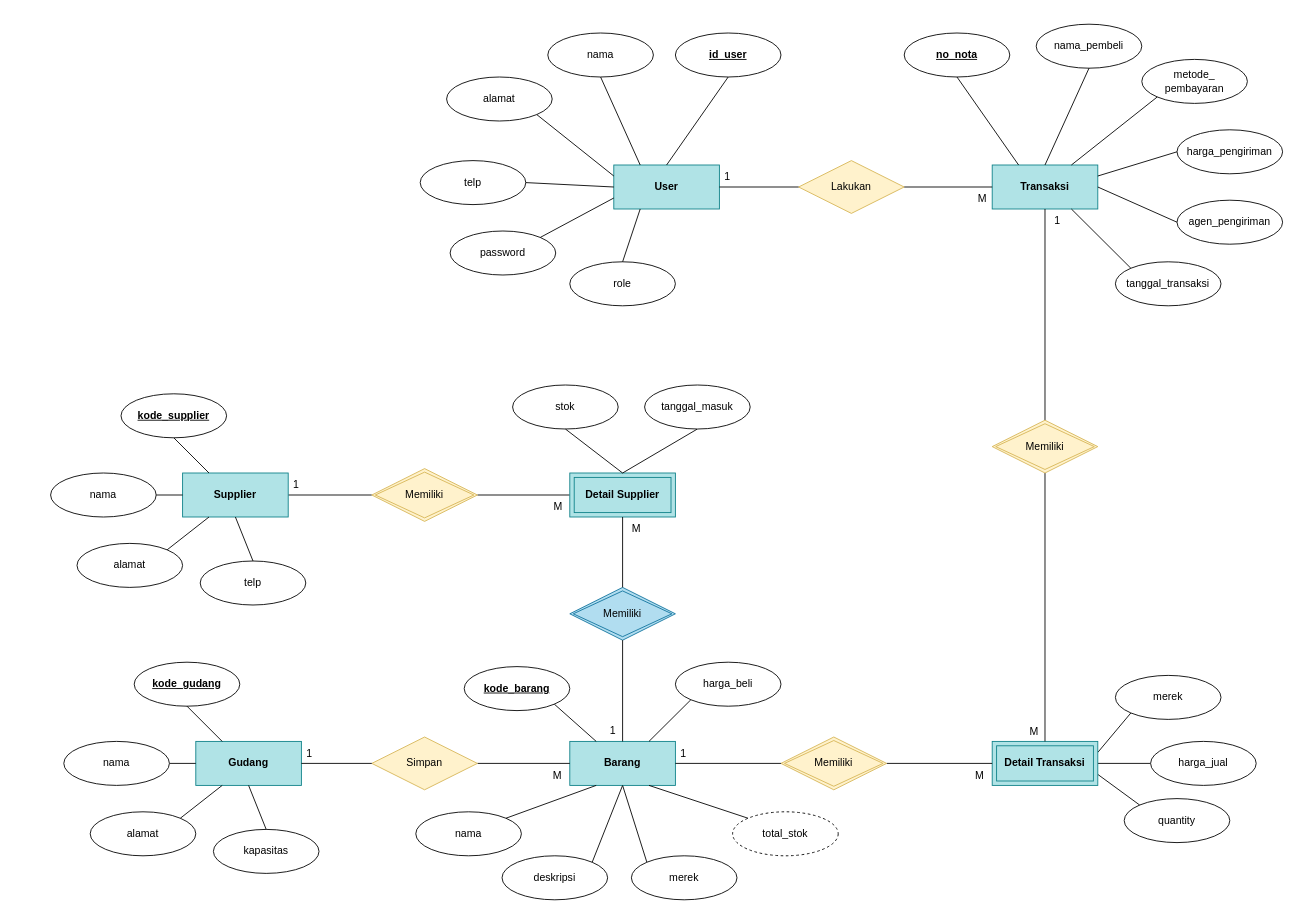
Before: page "Logic" (2 of 2) of ~ documents/Database ERD.drawio in b1deyesa/fajar-timur-motor, a draw.io diagram. Source tidied: cells renumbered, new cells numbered last; positions are measured from the earlier drawing's top-left corner, leaving out a move shared by most shapes. Both pictures are drawn from the tidied source at 88%, with x=0, y=0 at pixel (50, 24).
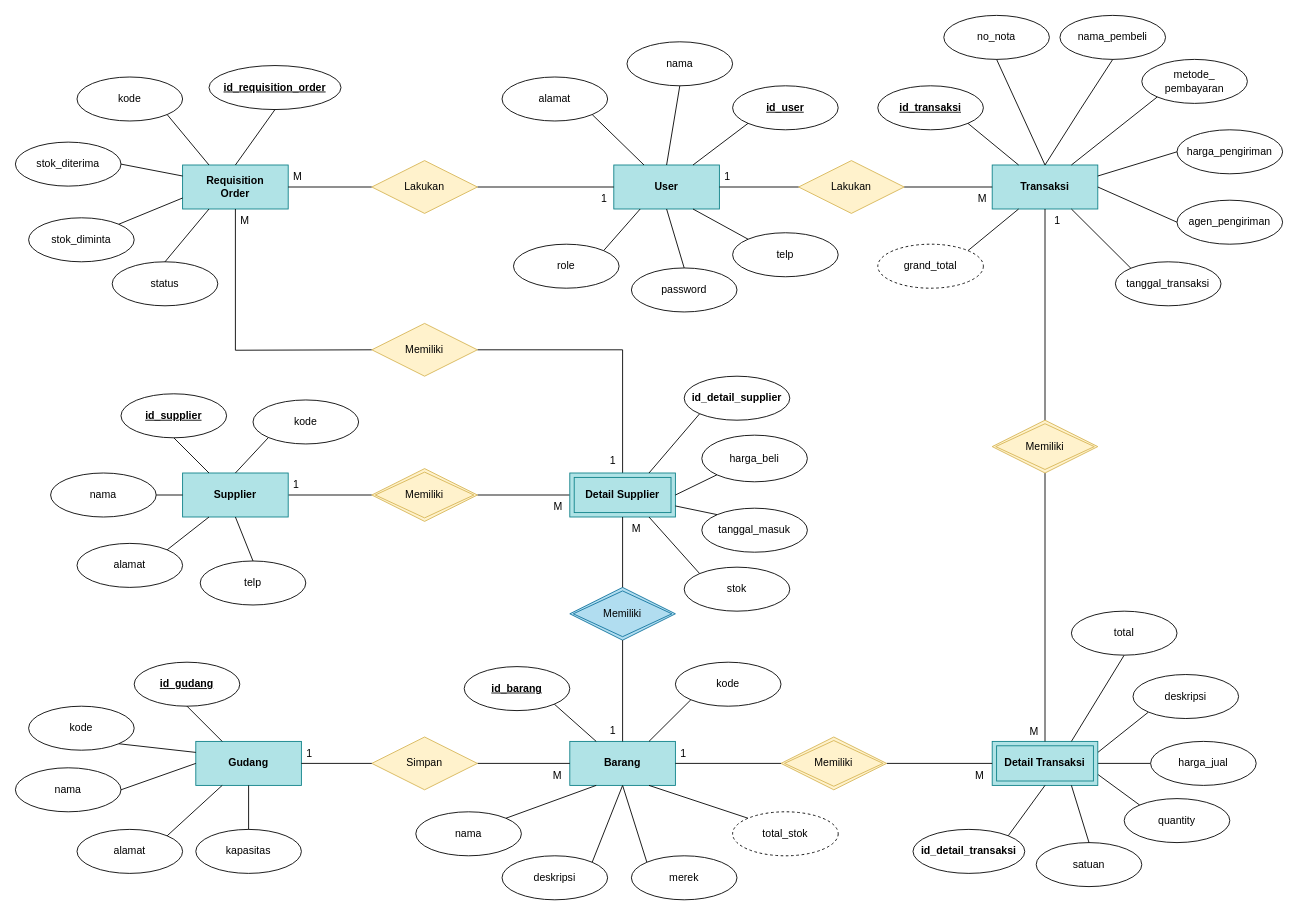
The same diagram, later.

The change refers to these unchanged cells:
```xml
<mxCell id="2" value="Gudang" style="rounded=0;whiteSpace=wrap;html=1;fontStyle=1;fillColor=#b0e3e6;strokeColor=#0e8088;" parent="1" vertex="1">
  <mxGeometry x="165" y="815" width="120" height="50" as="geometry" />
</mxCell>
<mxCell id="28" value="Supplier" style="rounded=0;whiteSpace=wrap;html=1;fontStyle=1;fillColor=#b0e3e6;strokeColor=#0e8088;" parent="1" vertex="1">
  <mxGeometry x="150" y="510" width="120" height="50" as="geometry" />
</mxCell>
<mxCell id="41" value="Detail Supplier" style="shape=ext;margin=3;double=1;whiteSpace=wrap;html=1;align=center;fontStyle=1;fillColor=#b0e3e6;strokeColor=#0e8088;" parent="1" vertex="1">
  <mxGeometry x="590" y="510" width="120" height="50" as="geometry" />
</mxCell>
<mxCell id="55" value="Detail Transaksi" style="shape=ext;margin=3;double=1;whiteSpace=wrap;html=1;align=center;fontStyle=1;fillColor=#b0e3e6;strokeColor=#0e8088;" parent="1" vertex="1">
  <mxGeometry x="1070" y="815" width="120" height="50" as="geometry" />
</mxCell>
<mxCell id="65" value="Transaksi" style="rounded=0;whiteSpace=wrap;html=1;fontStyle=1;fillColor=#b0e3e6;strokeColor=#0e8088;" parent="1" vertex="1">
  <mxGeometry x="1070" y="160" width="120" height="50" as="geometry" />
</mxCell>
<mxCell id="81" value="User" style="rounded=0;whiteSpace=wrap;html=1;fontStyle=1;fillColor=#b0e3e6;strokeColor=#0e8088;" parent="1" vertex="1">
  <mxGeometry x="640" y="160" width="120" height="50" as="geometry" />
</mxCell>
```

Change to the diagram source:
```diff
@@
-    <mxCell id="3" value="kode_gudang" style="ellipse;whiteSpace=wrap;html=1;align=center;fontStyle=5;" parent="1" vertex="1">
+    <mxCell id="3" value="id_gudang" style="ellipse;whiteSpace=wrap;html=1;align=center;fontStyle=5;" parent="1" vertex="1">
       <mxGeometry x="95" y="725" width="120" height="50" as="geometry" />
     </mxCell>
-    <mxCell id="4" style="edgeStyle=orthogonalEdgeStyle;rounded=0;jettySize=auto;html=1;exitX=1;exitY=0.5;exitDx=0;exitDy=0;entryX=0;entryY=0.5;entryDx=0;entryDy=0;endArrow=none;endFill=0;" parent="1" edge="1" source="5" target="2">
+    <mxCell id="4" style="rounded=0;jettySize=auto;html=1;exitX=1;exitY=0.5;exitDx=0;exitDy=0;entryX=0;entryY=0.5;entryDx=0;entryDy=0;endArrow=none;endFill=0;" parent="1" edge="1" source="5" target="2">
       <mxGeometry relative="1" as="geometry" />
     </mxCell>
     <mxCell id="5" value="nama" style="ellipse;whiteSpace=wrap;html=1;align=center;" parent="1" vertex="1">
-      <mxGeometry x="15" y="815" width="120" height="50" as="geometry" />
+      <mxGeometry x="-40" y="845" width="120" height="50" as="geometry" />
     </mxCell>
     <mxCell id="6" value="alamat" style="ellipse;whiteSpace=wrap;html=1;align=center;" parent="1" vertex="1">
-      <mxGeometry x="45" y="895" width="120" height="50" as="geometry" />
+      <mxGeometry x="30" y="915" width="120" height="50" as="geometry" />
     </mxCell>
     <mxCell id="7" value="kapasitas" style="ellipse;whiteSpace=wrap;html=1;align=center;" parent="1" vertex="1">
-      <mxGeometry x="185" y="915" width="120" height="50" as="geometry" />
+      <mxGeometry x="165" y="915" width="120" height="50" as="geometry" />
     </mxCell>
@@
-    <mxCell id="13" value="kode_barang" style="ellipse;whiteSpace=wrap;html=1;align=center;fontStyle=5;" parent="1" vertex="1">
+    <mxCell id="13" value="id_barang" style="ellipse;whiteSpace=wrap;html=1;align=center;fontStyle=5;" parent="1" vertex="1">
       <mxGeometry x="470" y="730" width="120" height="50" as="geometry" />
     </mxCell>
@@
-    <mxCell id="20" value="harga_beli" style="ellipse;whiteSpace=wrap;html=1;align=center;" parent="1" vertex="1">
+    <mxCell id="20" value="kode" style="ellipse;whiteSpace=wrap;html=1;align=center;" parent="1" vertex="1">
       <mxGeometry x="710" y="725" width="120" height="50" as="geometry" />
     </mxCell>
@@
-    <mxCell id="29" value="kode_supplier" style="ellipse;whiteSpace=wrap;html=1;align=center;fontStyle=5;" parent="1" vertex="1">
+    <mxCell id="29" value="id_supplier" style="ellipse;whiteSpace=wrap;html=1;align=center;fontStyle=5;" parent="1" vertex="1">
       <mxGeometry x="80" y="420" width="120" height="50" as="geometry" />
     </mxCell>
@@
-    <mxCell id="40" value="stok" style="ellipse;whiteSpace=wrap;html=1;align=center;" parent="1" vertex="1">
-      <mxGeometry x="525" y="410" width="120" height="50" as="geometry" />
+    <mxCell id="40" value="&lt;b&gt;id_detail_supplier&lt;/b&gt;" style="ellipse;whiteSpace=wrap;html=1;align=center;" parent="1" vertex="1">
+      <mxGeometry x="720" y="400" width="120" height="50" as="geometry" />
     </mxCell>
+    <mxCell id="101" style="edgeStyle=orthogonalEdgeStyle;rounded=0;jettySize=auto;html=1;exitX=0.5;exitY=0;exitDx=0;exitDy=0;entryX=1;entryY=0.5;entryDx=0;entryDy=0;endArrow=none;endFill=0;" parent="1" edge="1" source="41" target="122">
+      <mxGeometry relative="1" as="geometry">
+        <Array as="points">
+          <mxPoint x="650" y="370" />
+        </Array>
+      </mxGeometry>
+    </mxCell>
@@
-    <mxCell id="46" style="rounded=0;jettySize=auto;html=1;exitX=0.5;exitY=0;exitDx=0;exitDy=0;entryX=0.5;entryY=1;entryDx=0;entryDy=0;endArrow=none;endFill=0;" parent="1" edge="1" source="41" target="40">
+    <mxCell id="46" style="rounded=0;jettySize=auto;html=1;exitX=0.75;exitY=0;exitDx=0;exitDy=0;entryX=0;entryY=1;entryDx=0;entryDy=0;endArrow=none;endFill=0;" parent="1" edge="1" source="41" target="40">
       <mxGeometry relative="1" as="geometry" />
     </mxCell>
@@
-    <mxCell id="48" value="merek" style="ellipse;whiteSpace=wrap;html=1;align=center;" parent="1" vertex="1">
-      <mxGeometry x="1210" y="740" width="120" height="50" as="geometry" />
+    <mxCell id="48" value="deskripsi" style="ellipse;whiteSpace=wrap;html=1;align=center;" parent="1" vertex="1">
+      <mxGeometry x="1230" y="739" width="120" height="50" as="geometry" />
     </mxCell>
@@
-    <mxCell id="62" style="rounded=0;jettySize=auto;html=1;exitX=0.5;exitY=1;exitDx=0;exitDy=0;entryX=0.5;entryY=0;entryDx=0;entryDy=0;endArrow=none;endFill=0;" parent="1" edge="1" source="63" target="41">
+    <mxCell id="62" style="rounded=0;jettySize=auto;html=1;exitX=0;exitY=0;exitDx=0;exitDy=0;endArrow=none;endFill=0;" parent="1" edge="1" source="63" target="41">
       <mxGeometry relative="1" as="geometry" />
     </mxCell>
     <mxCell id="63" value="tanggal_masuk" style="ellipse;whiteSpace=wrap;html=1;align=center;" parent="1" vertex="1">
-      <mxGeometry x="675" y="410" width="120" height="50" as="geometry" />
+      <mxGeometry x="740" y="550" width="120" height="50" as="geometry" />
     </mxCell>
@@
     <mxCell id="71" value="nama_pembeli" style="ellipse;whiteSpace=wrap;html=1;align=center;" parent="1" vertex="1">
-      <mxGeometry x="1120" width="120" height="50" as="geometry" />
+      <mxGeometry x="1147" y="-10" width="120" height="50" as="geometry" />
     </mxCell>
     <mxCell id="72" style="rounded=0;jettySize=auto;html=1;exitX=0.5;exitY=1;exitDx=0;exitDy=0;entryX=0.5;entryY=0;entryDx=0;entryDy=0;endArrow=none;endFill=0;" parent="1" edge="1" source="71" target="65">
-      <mxGeometry relative="1" as="geometry" />
+      <mxGeometry relative="1" as="geometry">
+        <Array as="points">
+          <mxPoint x="1170" y="97" />
+        </Array>
+      </mxGeometry>
     </mxCell>
@@
     <mxCell id="83" value="nama" style="ellipse;whiteSpace=wrap;html=1;align=center;" parent="1" vertex="1">
-      <mxGeometry x="565" y="10" width="120" height="50" as="geometry" />
+      <mxGeometry x="655" y="20" width="120" height="50" as="geometry" />
     </mxCell>
-    <mxCell id="84" style="rounded=0;jettySize=auto;html=1;exitX=0.5;exitY=1;exitDx=0;exitDy=0;entryX=0.25;entryY=0;entryDx=0;entryDy=0;endArrow=none;endFill=0;" parent="1" edge="1" source="83" target="81">
+    <mxCell id="84" style="rounded=0;jettySize=auto;html=1;exitX=0.5;exitY=1;exitDx=0;exitDy=0;entryX=0.5;entryY=0;entryDx=0;entryDy=0;endArrow=none;endFill=0;" parent="1" edge="1" source="83" target="81">
       <mxGeometry relative="1" as="geometry" />
     </mxCell>
     <mxCell id="85" value="&lt;u&gt;&lt;b&gt;id_user&lt;/b&gt;&lt;/u&gt;" style="ellipse;whiteSpace=wrap;html=1;align=center;" parent="1" vertex="1">
-      <mxGeometry x="710" y="10" width="120" height="50" as="geometry" />
+      <mxGeometry x="775" y="70" width="120" height="50" as="geometry" />
     </mxCell>
-    <mxCell id="86" style="rounded=0;jettySize=auto;html=1;exitX=0.5;exitY=1;exitDx=0;exitDy=0;entryX=0.5;entryY=0;entryDx=0;entryDy=0;endArrow=none;endFill=0;" parent="1" edge="1" source="85" target="81">
+    <mxCell id="86" style="rounded=0;jettySize=auto;html=1;exitX=0;exitY=1;exitDx=0;exitDy=0;entryX=0.75;entryY=0;entryDx=0;entryDy=0;endArrow=none;endFill=0;" parent="1" edge="1" source="85" target="81">
       <mxGeometry relative="1" as="geometry" />
     </mxCell>
     <mxCell id="87" value="alamat" style="ellipse;whiteSpace=wrap;html=1;align=center;" parent="1" vertex="1">
-      <mxGeometry x="450" y="60" width="120" height="50" as="geometry" />
+      <mxGeometry x="513" y="60" width="120" height="50" as="geometry" />
     </mxCell>
-    <mxCell id="88" style="rounded=0;jettySize=auto;html=1;exitX=1;exitY=1;exitDx=0;exitDy=0;entryX=0;entryY=0.25;entryDx=0;entryDy=0;endArrow=none;endFill=0;" parent="1" edge="1" source="87" target="81">
+    <mxCell id="88" style="rounded=0;jettySize=auto;html=1;exitX=1;exitY=1;exitDx=0;exitDy=0;endArrow=none;endFill=0;" parent="1" edge="1" source="87" target="81">
       <mxGeometry relative="1" as="geometry" />
     </mxCell>
     <mxCell id="89" value="telp" style="ellipse;whiteSpace=wrap;html=1;align=center;" parent="1" vertex="1">
-      <mxGeometry x="420" y="155" width="120" height="50" as="geometry" />
+      <mxGeometry x="775" y="237" width="120" height="50" as="geometry" />
     </mxCell>
-    <mxCell id="90" style="rounded=0;jettySize=auto;html=1;exitX=1;exitY=0.5;exitDx=0;exitDy=0;entryX=0;entryY=0.5;entryDx=0;entryDy=0;endArrow=none;endFill=0;" parent="1" edge="1" source="89" target="81">
+    <mxCell id="90" style="rounded=0;jettySize=auto;html=1;exitX=0;exitY=0;exitDx=0;exitDy=0;entryX=0.75;entryY=1;entryDx=0;entryDy=0;endArrow=none;endFill=0;" parent="1" edge="1" source="89" target="81">
       <mxGeometry relative="1" as="geometry" />
     </mxCell>
     <mxCell id="91" value="password" style="ellipse;whiteSpace=wrap;html=1;align=center;" parent="1" vertex="1">
-      <mxGeometry x="454" y="235" width="120" height="50" as="geometry" />
+      <mxGeometry x="660" y="277" width="120" height="50" as="geometry" />
     </mxCell>
-    <mxCell id="92" style="rounded=0;jettySize=auto;html=1;exitX=1;exitY=0;exitDx=0;exitDy=0;entryX=0;entryY=0.75;entryDx=0;entryDy=0;endArrow=none;endFill=0;" parent="1" edge="1" source="91" target="81">
+    <mxCell id="92" style="rounded=0;jettySize=auto;html=1;exitX=0.5;exitY=0;exitDx=0;exitDy=0;entryX=0.5;entryY=1;entryDx=0;entryDy=0;endArrow=none;endFill=0;" parent="1" edge="1" source="91" target="81">
       <mxGeometry relative="1" as="geometry" />
     </mxCell>
@@
     <mxCell id="94" value="role" style="ellipse;whiteSpace=wrap;html=1;align=center;" parent="1" vertex="1">
-      <mxGeometry x="590" y="270" width="120" height="50" as="geometry" />
+      <mxGeometry x="526" y="250" width="120" height="50" as="geometry" />
     </mxCell>
-    <mxCell id="95" style="rounded=0;jettySize=auto;html=1;exitX=0.5;exitY=0;exitDx=0;exitDy=0;entryX=0.25;entryY=1;entryDx=0;entryDy=0;endArrow=none;endFill=0;" parent="1" edge="1" source="94" target="81">
+    <mxCell id="95" style="rounded=0;jettySize=auto;html=1;exitX=1;exitY=0;exitDx=0;exitDy=0;entryX=0.25;entryY=1;entryDx=0;entryDy=0;endArrow=none;endFill=0;" parent="1" edge="1" source="94" target="81">
       <mxGeometry relative="1" as="geometry" />
     </mxCell>
-    <mxCell id="96" value="&lt;b&gt;&lt;u&gt;no_nota&lt;/u&gt;&lt;/b&gt;" style="ellipse;whiteSpace=wrap;html=1;align=center;" parent="1" vertex="1">
-      <mxGeometry x="970" y="10" width="120" height="50" as="geometry" />
+    <mxCell id="96" value="&lt;b&gt;&lt;u&gt;id_transaksi&lt;/u&gt;&lt;/b&gt;" style="ellipse;whiteSpace=wrap;html=1;align=center;" parent="1" vertex="1">
+      <mxGeometry x="940" y="70" width="120" height="50" as="geometry" />
     </mxCell>
-    <mxCell id="97" style="rounded=0;jettySize=auto;html=1;exitX=0.5;exitY=1;exitDx=0;exitDy=0;entryX=0.25;entryY=0;entryDx=0;entryDy=0;endArrow=none;endFill=0;" parent="1" edge="1" source="96" target="65">
+    <mxCell id="97" style="rounded=0;jettySize=auto;html=1;exitX=1;exitY=1;exitDx=0;exitDy=0;entryX=0.25;entryY=0;entryDx=0;entryDy=0;endArrow=none;endFill=0;" parent="1" edge="1" source="96" target="65">
       <mxGeometry relative="1" as="geometry" />
     </mxCell>
@@
+    <mxCell id="102" value="kode" style="ellipse;whiteSpace=wrap;html=1;align=center;" parent="1" vertex="1">
+      <mxGeometry x="-25" y="775" width="120" height="50" as="geometry" />
+    </mxCell>
+    <mxCell id="103" style="rounded=0;jettySize=auto;html=1;exitX=1;exitY=1;exitDx=0;exitDy=0;entryX=0;entryY=0.25;entryDx=0;entryDy=0;endArrow=none;endFill=0;" parent="1" edge="1" source="102" target="2">
+      <mxGeometry relative="1" as="geometry" />
+    </mxCell>
+    <mxCell id="104" value="harga_beli" style="ellipse;whiteSpace=wrap;html=1;align=center;" parent="1" vertex="1">
+      <mxGeometry x="740" y="467" width="120" height="53" as="geometry" />
+    </mxCell>
+    <mxCell id="105" style="rounded=0;jettySize=auto;html=1;exitX=0;exitY=1;exitDx=0;exitDy=0;entryX=1;entryY=0.5;entryDx=0;entryDy=0;endArrow=none;endFill=0;" parent="1" edge="1" source="104" target="41">
+      <mxGeometry relative="1" as="geometry" />
+    </mxCell>
+    <mxCell id="106" value="stok" style="ellipse;whiteSpace=wrap;html=1;align=center;" parent="1" vertex="1">
+      <mxGeometry x="720" y="617" width="120" height="50" as="geometry" />
+    </mxCell>
+    <mxCell id="107" style="rounded=0;jettySize=auto;html=1;exitX=0;exitY=0;exitDx=0;exitDy=0;endArrow=none;endFill=0;entryX=0.75;entryY=1;entryDx=0;entryDy=0;" parent="1" edge="1" source="106" target="41">
+      <mxGeometry relative="1" as="geometry" />
+    </mxCell>
+    <mxCell id="108" value="kode" style="ellipse;whiteSpace=wrap;html=1;align=center;" parent="1" vertex="1">
+      <mxGeometry x="230" y="427" width="120" height="50" as="geometry" />
+    </mxCell>
+    <mxCell id="109" style="rounded=0;jettySize=auto;html=1;exitX=0.5;exitY=0;exitDx=0;exitDy=0;entryX=0;entryY=1;entryDx=0;entryDy=0;endArrow=none;endFill=0;" parent="1" edge="1" source="28" target="108">
+      <mxGeometry relative="1" as="geometry" />
+    </mxCell>
+    <mxCell id="110" value="&lt;b&gt;id_detail_transaksi&lt;/b&gt;" style="ellipse;whiteSpace=wrap;html=1;align=center;" parent="1" vertex="1">
+      <mxGeometry x="980" y="915" width="127" height="50" as="geometry" />
+    </mxCell>
+    <mxCell id="111" value="satuan" style="ellipse;whiteSpace=wrap;html=1;align=center;" parent="1" vertex="1">
+      <mxGeometry x="1120" y="930" width="120" height="50" as="geometry" />
+    </mxCell>
+    <mxCell id="112" style="endArrow=none;html=1;rounded=0;entryX=0.75;entryY=1;entryDx=0;entryDy=0;exitX=0.5;exitY=0;exitDx=0;exitDy=0;" parent="1" edge="1" source="111" target="55">
+      <mxGeometry relative="1" as="geometry" />
+    </mxCell>
+    <mxCell id="113" style="endArrow=none;html=1;rounded=0;entryX=0.5;entryY=1;entryDx=0;entryDy=0;exitX=1;exitY=0;exitDx=0;exitDy=0;" parent="1" edge="1" source="110" target="55">
+      <mxGeometry relative="1" as="geometry" />
+    </mxCell>
+    <mxCell id="114" value="&lt;span&gt;&lt;span&gt;no_nota&lt;/span&gt;&lt;/span&gt;" style="ellipse;whiteSpace=wrap;html=1;align=center;fontStyle=0;" parent="1" vertex="1">
+      <mxGeometry x="1015" y="-10" width="120" height="50" as="geometry" />
+    </mxCell>
+    <mxCell id="115" style="rounded=0;jettySize=auto;html=1;exitX=0.5;exitY=1;exitDx=0;exitDy=0;entryX=0.5;entryY=0;entryDx=0;entryDy=0;endArrow=none;endFill=0;" parent="1" edge="1" source="114" target="65">
+      <mxGeometry relative="1" as="geometry" />
+    </mxCell>
+    <mxCell id="116" value="grand_total" style="ellipse;whiteSpace=wrap;html=1;align=center;dashed=1;" parent="1" vertex="1">
+      <mxGeometry x="940" y="250" width="120" height="50" as="geometry" />
+    </mxCell>
+    <mxCell id="117" style="rounded=0;jettySize=auto;html=1;exitX=1;exitY=0;exitDx=0;exitDy=0;entryX=0.25;entryY=1;entryDx=0;entryDy=0;endArrow=none;endFill=0;" parent="1" edge="1" source="116" target="65">
+      <mxGeometry relative="1" as="geometry" />
+    </mxCell>
+    <mxCell id="118" style="rounded=0;jettySize=auto;html=1;exitX=0.5;exitY=1;exitDx=0;exitDy=0;entryX=0.75;entryY=0;entryDx=0;entryDy=0;endArrow=none;endFill=0;" parent="1" edge="1" source="119" target="55">
+      <mxGeometry relative="1" as="geometry" />
+    </mxCell>
+    <mxCell id="119" value="total" style="ellipse;whiteSpace=wrap;html=1;align=center;" parent="1" vertex="1">
+      <mxGeometry x="1160" y="667" width="120" height="50" as="geometry" />
+    </mxCell>
+    <mxCell id="120" value="Requisition &lt;br&gt;Order" style="rounded=0;whiteSpace=wrap;html=1;fontStyle=1;fillColor=#b0e3e6;strokeColor=#0e8088;" parent="1" vertex="1">
+      <mxGeometry x="150" y="160" width="120" height="50" as="geometry" />
+    </mxCell>
+    <mxCell id="121" style="edgeStyle=orthogonalEdgeStyle;rounded=0;jettySize=auto;html=1;exitX=0;exitY=0.5;exitDx=0;exitDy=0;entryX=0.5;entryY=1;entryDx=0;entryDy=0;endArrow=none;endFill=0;" parent="1" edge="1" target="120">
+      <mxGeometry relative="1" as="geometry">
+        <mxPoint x="365" y="370" as="sourcePoint" />
+      </mxGeometry>
+    </mxCell>
+    <mxCell id="122" value="Memiliki" style="shape=rhombus;perimeter=rhombusPerimeter;whiteSpace=wrap;html=1;align=center;fillColor=#fff2cc;strokeColor=#d6b656;" parent="1" vertex="1">
+      <mxGeometry x="365" y="340" width="120" height="60" as="geometry" />
+    </mxCell>
+    <mxCell id="123" style="edgeStyle=orthogonalEdgeStyle;rounded=0;jettySize=auto;html=1;exitX=1;exitY=0.5;exitDx=0;exitDy=0;entryX=0;entryY=0.5;entryDx=0;entryDy=0;endArrow=none;endFill=0;" parent="1" edge="1" source="125" target="81">
+      <mxGeometry relative="1" as="geometry" />
+    </mxCell>
+    <mxCell id="124" style="edgeStyle=orthogonalEdgeStyle;rounded=0;jettySize=auto;html=1;exitX=0;exitY=0.5;exitDx=0;exitDy=0;entryX=1;entryY=0.5;entryDx=0;entryDy=0;endArrow=none;endFill=0;" parent="1" edge="1" source="125" target="120">
+      <mxGeometry relative="1" as="geometry" />
+    </mxCell>
+    <mxCell id="125" value="Lakukan" style="shape=rhombus;perimeter=rhombusPerimeter;whiteSpace=wrap;html=1;align=center;fillColor=#fff2cc;strokeColor=#d6b656;" parent="1" vertex="1">
+      <mxGeometry x="365" y="155" width="120" height="60" as="geometry" />
+    </mxCell>
+    <mxCell id="126" value="id_requisition_order" style="ellipse;whiteSpace=wrap;html=1;align=center;fontStyle=5;" parent="1" vertex="1">
+      <mxGeometry x="180" y="47" width="150" height="50" as="geometry" />
+    </mxCell>
+    <mxCell id="127" value="kode" style="ellipse;whiteSpace=wrap;html=1;align=center;" parent="1" vertex="1">
+      <mxGeometry x="30" y="60" width="120" height="50" as="geometry" />
+    </mxCell>
+    <mxCell id="128" value="stok_diminta" style="ellipse;whiteSpace=wrap;html=1;align=center;" parent="1" vertex="1">
+      <mxGeometry x="-25" y="220" width="120" height="50" as="geometry" />
+    </mxCell>
+    <mxCell id="129" value="stok_diterima" style="ellipse;whiteSpace=wrap;html=1;align=center;" parent="1" vertex="1">
+      <mxGeometry x="-40" y="134" width="120" height="50" as="geometry" />
+    </mxCell>
+    <mxCell id="130" value="status" style="ellipse;whiteSpace=wrap;html=1;align=center;" parent="1" vertex="1">
+      <mxGeometry x="70" y="270" width="120" height="50" as="geometry" />
+    </mxCell>
+    <mxCell id="131" style="rounded=0;jettySize=auto;html=1;exitX=0.25;exitY=1;exitDx=0;exitDy=0;entryX=0.5;entryY=0;entryDx=0;entryDy=0;endArrow=none;endFill=0;" parent="1" edge="1" source="120" target="130">
+      <mxGeometry relative="1" as="geometry" />
+    </mxCell>
+    <mxCell id="132" style="rounded=0;jettySize=auto;html=1;exitX=0;exitY=0.75;exitDx=0;exitDy=0;entryX=1;entryY=0;entryDx=0;entryDy=0;endArrow=none;endFill=0;" parent="1" edge="1" source="120" target="128">
+      <mxGeometry relative="1" as="geometry" />
+    </mxCell>
+    <mxCell id="133" style="rounded=0;jettySize=auto;html=1;exitX=0;exitY=0.25;exitDx=0;exitDy=0;entryX=1;entryY=0.5;entryDx=0;entryDy=0;endArrow=none;endFill=0;" parent="1" edge="1" source="120" target="129">
+      <mxGeometry relative="1" as="geometry" />
+    </mxCell>
+    <mxCell id="134" style="rounded=0;jettySize=auto;html=1;exitX=0.25;exitY=0;exitDx=0;exitDy=0;entryX=1;entryY=1;entryDx=0;entryDy=0;endArrow=none;endFill=0;" parent="1" edge="1" source="120" target="127">
+      <mxGeometry relative="1" as="geometry" />
+    </mxCell>
+    <mxCell id="135" style="rounded=0;jettySize=auto;html=1;exitX=0.5;exitY=0;exitDx=0;exitDy=0;entryX=0.5;entryY=1;entryDx=0;entryDy=0;endArrow=none;endFill=0;" parent="1" edge="1" source="120" target="126">
+      <mxGeometry relative="1" as="geometry" />
+    </mxCell>
+    <mxCell id="136" value="M" style="text;strokeColor=none;fillColor=none;spacingLeft=4;spacingRight=4;overflow=hidden;fontSize=12;whiteSpace=wrap;html=1;" parent="1" vertex="1">
+      <mxGeometry x="210" y="210" width="40" height="30" as="geometry" />
+    </mxCell>
+    <mxCell id="137" value="1" style="text;strokeColor=none;fillColor=none;spacingLeft=4;spacingRight=4;overflow=hidden;fontSize=12;whiteSpace=wrap;html=1;" parent="1" vertex="1">
+      <mxGeometry x="630" y="482" width="40" height="30" as="geometry" />
+    </mxCell>
+    <mxCell id="138" value="M" style="text;strokeColor=none;fillColor=none;spacingLeft=4;spacingRight=4;overflow=hidden;fontSize=12;whiteSpace=wrap;html=1;" parent="1" vertex="1">
+      <mxGeometry x="270" y="159" width="40" height="30" as="geometry" />
+    </mxCell>
+    <mxCell id="139" value="1" style="text;strokeColor=none;fillColor=none;spacingLeft=4;spacingRight=4;overflow=hidden;fontSize=12;whiteSpace=wrap;html=1;" parent="1" vertex="1">
+      <mxGeometry x="620" y="184" width="40" height="30" as="geometry" />
+    </mxCell>
```
